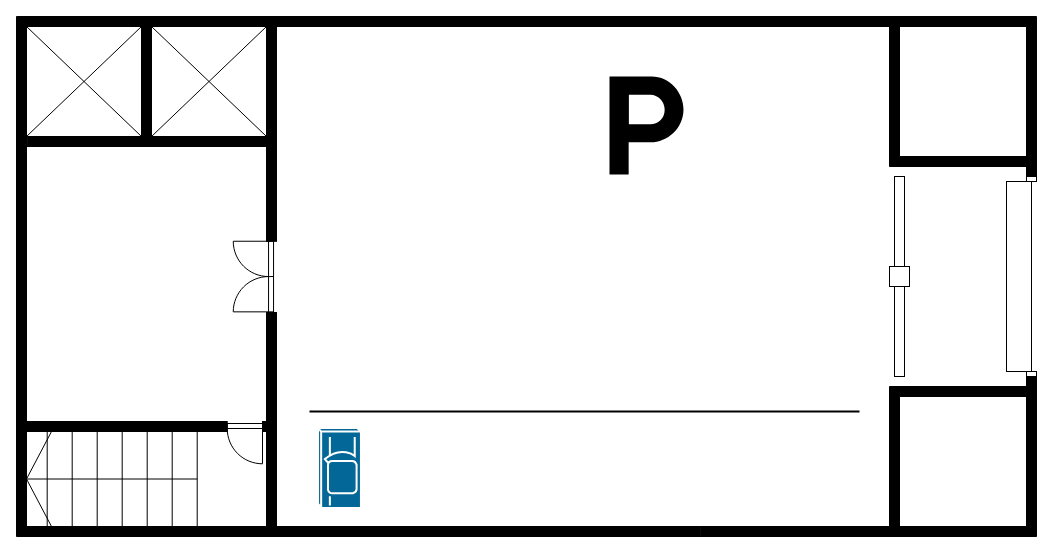
Above: page "hầm" (3 of 4) of Biểu đồ không có tiêu đề.drawio in thdngh/jdz (draw.io), before the change. Source tidied: cells renumbered, new cells numbered last; positions are measured from the earlier drawing's top-left corner, leaving out a move shared by most shapes. Both pictures are drawn from the tidied source at 100%, with x=0, y=0 at pixel (16, 16). Pictures stored in the file or linked from it are replaced by grey dashed boxes.
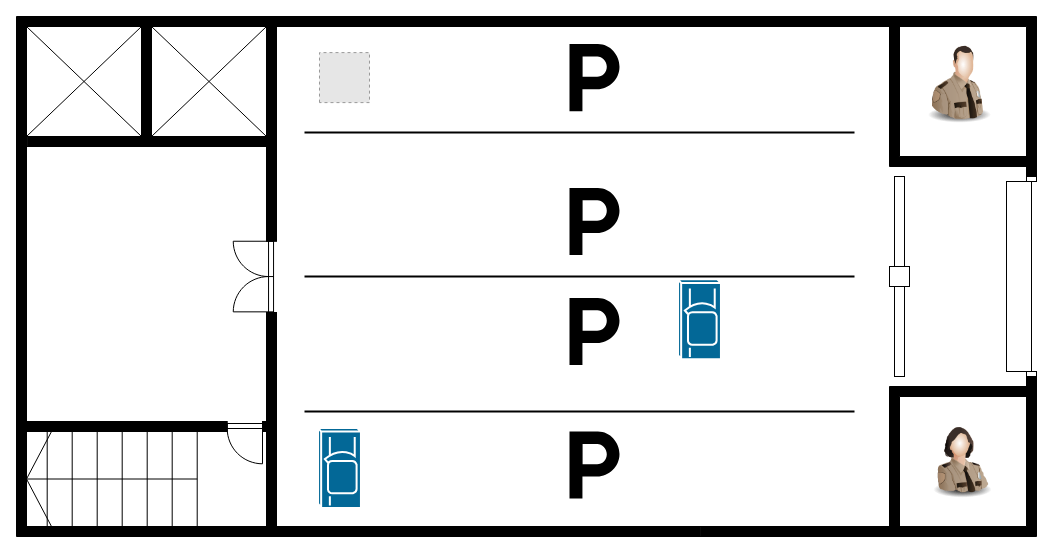
Above is the later version.

What changed in the source:
```diff
@@
     <mxCell id="22" style="shape=mxgraph.signs.travel.parking_1;html=1;fillColor=#000000;strokeColor=none;verticalLabelPosition=bottom;verticalAlign=top;align=center;" parent="1" vertex="1">
-      <mxGeometry x="593" y="60" width="74" height="98" as="geometry" />
+      <mxGeometry x="553" y="27.6" width="50" height="67.1" as="geometry" />
     </mxCell>
@@
     <mxCell id="34" style="line;strokeWidth=2;html=1;fillColor=none;" parent="1" vertex="1">
-      <mxGeometry x="293" y="390" width="550" height="10" as="geometry" />
+      <mxGeometry x="288" y="390" width="550" height="10" as="geometry" />
     </mxCell>
+    <mxCell id="35" style="line;strokeWidth=2;html=1;fillColor=none;" parent="1" vertex="1">
+      <mxGeometry x="288" y="255" width="550" height="10" as="geometry" />
+    </mxCell>
+    <mxCell id="36" style="line;strokeWidth=2;html=1;fillColor=none;" parent="1" vertex="1">
+      <mxGeometry x="288" y="110.9" width="550" height="10" as="geometry" />
+    </mxCell>
+    <mxCell id="37" style="shape=mxgraph.signs.travel.parking_1;html=1;fillColor=#000000;strokeColor=none;verticalLabelPosition=bottom;verticalAlign=top;align=center;" parent="1" vertex="1">
+      <mxGeometry x="553" y="415" width="50" height="67.1" as="geometry" />
+    </mxCell>
+    <mxCell id="38" style="shape=mxgraph.signs.travel.parking_1;html=1;fillColor=#000000;strokeColor=none;verticalLabelPosition=bottom;verticalAlign=top;align=center;" parent="1" vertex="1">
+      <mxGeometry x="553" y="171.4" width="50" height="67.1" as="geometry" />
+    </mxCell>
+    <mxCell id="39" style="shape=mxgraph.signs.travel.parking_1;html=1;fillColor=#000000;strokeColor=none;verticalLabelPosition=bottom;verticalAlign=top;align=center;" parent="1" vertex="1">
+      <mxGeometry x="553" y="281.4" width="50" height="67.1" as="geometry" />
+    </mxCell>
+    <mxCell id="40" style="image;html=1;image=img/lib/clip_art/people/Security_Man_128x128.png;fillColor=none;" parent="1" vertex="1">
+      <mxGeometry x="903" y="27.6" width="80" height="80" as="geometry" />
+    </mxCell>
+    <mxCell id="41" style="image;html=1;image=img/lib/clip_art/people/Security_Woman_128x128.png;fillColor=none;" parent="1" vertex="1">
+      <mxGeometry x="905" y="402.1" width="80" height="80" as="geometry" />
+    </mxCell>
+    <mxCell id="42" style="shape=mxgraph.cisco.misc.car;html=1;dashed=0;fillColor=#036897;strokeColor=#ffffff;strokeWidth=2;verticalLabelPosition=bottom;verticalAlign=top;align=center;rotation=-90;" parent="1" vertex="1">
+      <mxGeometry x="643" y="281.4" width="80" height="42.9" as="geometry" />
+    </mxCell>
+    <mxCell id="43" style="fillColor=#E6E6E6;strokeColor=#999999;dashed=1;html=1;verticalAlign=top;verticalLabelPosition=bottom;labelBackgroundColor=#ffffff;rotation=-90;" parent="1" vertex="1">
+      <mxGeometry x="303" y="36.1" width="50" height="50" as="geometry" />
+    </mxCell>
```
